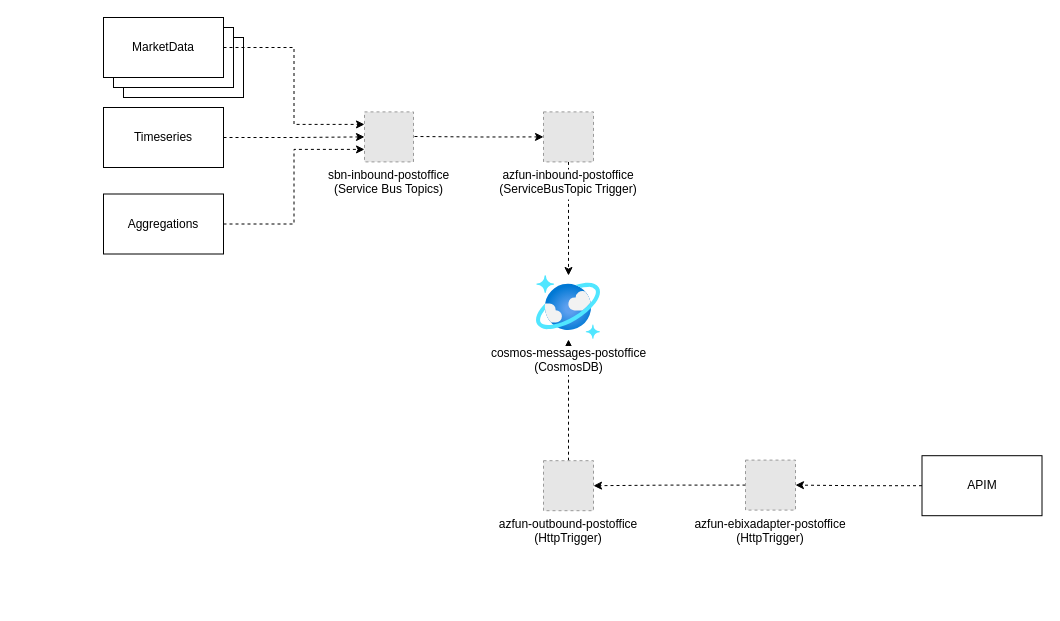
tpberntsen/geh-post-office keeps this draw.io diagram as ARCHITECTURE.drawio. Above is the earlier version. Source tidied: cells renumbered, new cells numbered last; positions are measured from the earlier drawing's top-left corner, leaving out a move shared by most shapes. Both pictures are drawn from the tidied source at 100%, with x=0, y=0 at pixel (103, 17). Pictures stored in the file or linked from it are replaced by grey dashed boxes.
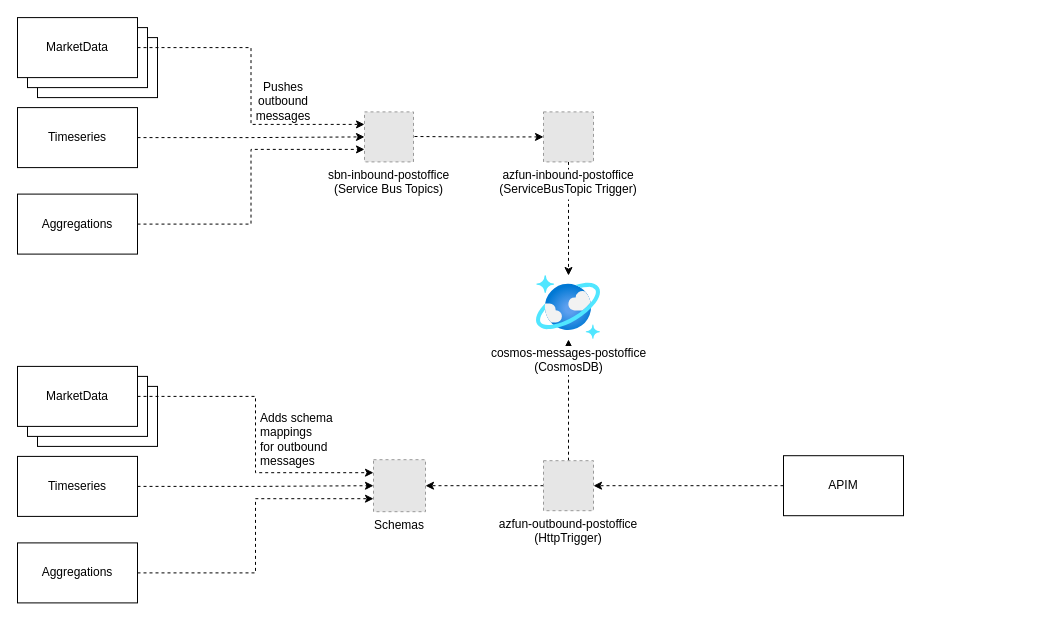
The same page after the edit.

Unchanged cells that the change refers to:
```xml
<mxCell id="16" value="azfun-outbound-postoffice&#10;(HttpTrigger)" style="fillColor=#E6E6E6;strokeColor=#999999;dashed=1;verticalLabelPosition=bottom;labelBackgroundColor=#ffffff;verticalAlign=top;" parent="1" vertex="1">
  <mxGeometry x="440" y="443.2" width="50" height="50" as="geometry" />
</mxCell>
```

Change to the diagram source:
```diff
@@
     <mxCell id="3" style="rounded=0;whiteSpace=wrap;html=1;fillColor=none;" parent="1" vertex="1">
-      <mxGeometry x="20" y="20" width="120" height="60" as="geometry" />
+      <mxGeometry x="-66" y="20.1" width="120" height="60" as="geometry" />
     </mxCell>
     <mxCell id="4" style="rounded=0;whiteSpace=wrap;html=1;" parent="1" vertex="1">
-      <mxGeometry x="10" y="10" width="120" height="60" as="geometry" />
+      <mxGeometry x="-76" y="10.1" width="120" height="60" as="geometry" />
     </mxCell>
@@
     <mxCell id="6" value="MarketData" style="rounded=0;whiteSpace=wrap;html=1;" parent="1" vertex="1">
-      <mxGeometry width="120" height="60" as="geometry" />
+      <mxGeometry x="-86" y="0.1" width="120" height="60" as="geometry" />
     </mxCell>
@@
     <mxCell id="8" value="Timeseries" style="rounded=0;whiteSpace=wrap;html=1;fillColor=none;" parent="1" vertex="1">
-      <mxGeometry y="90" width="120" height="60" as="geometry" />
+      <mxGeometry x="-86" y="90.1" width="120" height="60" as="geometry" />
     </mxCell>
-    <mxCell id="9" style="edgeStyle=orthogonalEdgeStyle;rounded=0;jettySize=auto;html=1;exitX=0;exitY=0.5;exitDx=0;exitDy=0;entryX=1;entryY=0.5;entryDx=0;entryDy=0;dashed=1;" parent="1" edge="1" source="10" target="18">
-      <mxGeometry relative="1" as="geometry" />
-    </mxCell>
     <mxCell id="10" value="APIM" style="rounded=0;whiteSpace=wrap;html=1;fillColor=none;" parent="1" vertex="1">
-      <mxGeometry x="818.5" y="438.2" width="120" height="60" as="geometry" />
+      <mxGeometry x="680" y="438.2" width="120" height="60" as="geometry" />
     </mxCell>
@@
+    <mxCell id="21" style="edgeStyle=orthogonalEdgeStyle;rounded=0;jettySize=auto;html=1;exitX=0;exitY=0.5;exitDx=0;exitDy=0;dashed=1;" parent="1" edge="1" source="16" target="22">
+      <mxGeometry relative="1" as="geometry" />
+    </mxCell>
@@
-    <mxCell id="17" style="edgeStyle=orthogonalEdgeStyle;rounded=0;jettySize=auto;html=1;exitX=0;exitY=0.5;exitDx=0;exitDy=0;entryX=1;entryY=0.5;entryDx=0;entryDy=0;dashed=1;" parent="1" edge="1" source="18" target="16">
+    <mxCell id="17" style="edgeStyle=orthogonalEdgeStyle;rounded=0;jettySize=auto;html=1;exitX=0;exitY=0.5;exitDx=0;exitDy=0;entryX=1;entryY=0.5;entryDx=0;entryDy=0;dashed=1;" parent="1" edge="1" source="10" target="16">
       <mxGeometry relative="1" as="geometry" />
     </mxCell>
-    <mxCell id="18" value="azfun-ebixadapter-postoffice&#10;(HttpTrigger)" style="fillColor=#E6E6E6;strokeColor=#999999;dashed=1;verticalLabelPosition=bottom;labelBackgroundColor=#ffffff;verticalAlign=top;" parent="1" vertex="1">
-      <mxGeometry x="642" y="442.6" width="50" height="50" as="geometry" />
-    </mxCell>
@@
     <mxCell id="20" value="Aggregations" style="rounded=0;whiteSpace=wrap;html=1;fillColor=none;" parent="1" vertex="1">
-      <mxGeometry y="176.5" width="120" height="60" as="geometry" />
+      <mxGeometry x="-86" y="176.6" width="120" height="60" as="geometry" />
     </mxCell>
+    <mxCell id="22" value="Schemas" style="fillColor=#E6E6E6;strokeColor=#999999;dashed=1;verticalLabelPosition=bottom;labelBackgroundColor=#ffffff;verticalAlign=top;" parent="1" vertex="1">
+      <mxGeometry x="270" y="442.2" width="52" height="52" as="geometry" />
+    </mxCell>
+    <mxCell id="23" style="rounded=0;whiteSpace=wrap;html=1;fillColor=none;" parent="1" vertex="1">
+      <mxGeometry x="-66" y="368.9" width="120" height="60" as="geometry" />
+    </mxCell>
+    <mxCell id="24" style="rounded=0;whiteSpace=wrap;html=1;" parent="1" vertex="1">
+      <mxGeometry x="-76" y="358.9" width="120" height="60" as="geometry" />
+    </mxCell>
+    <mxCell id="25" style="edgeStyle=orthogonalEdgeStyle;rounded=0;jettySize=auto;html=1;exitX=1;exitY=0.5;exitDx=0;exitDy=0;entryX=0;entryY=0.25;entryDx=0;entryDy=0;dashed=1;" parent="1" edge="1" source="26" target="22">
+      <mxGeometry relative="1" as="geometry" />
+    </mxCell>
+    <mxCell id="26" value="MarketData" style="rounded=0;whiteSpace=wrap;html=1;" parent="1" vertex="1">
+      <mxGeometry x="-86" y="348.9" width="120" height="60" as="geometry" />
+    </mxCell>
+    <mxCell id="27" style="edgeStyle=orthogonalEdgeStyle;rounded=0;jettySize=auto;html=1;exitX=1;exitY=0.5;exitDx=0;exitDy=0;entryX=0;entryY=0.5;entryDx=0;entryDy=0;dashed=1;" parent="1" edge="1" source="28" target="22">
+      <mxGeometry relative="1" as="geometry" />
+    </mxCell>
+    <mxCell id="28" value="Timeseries" style="rounded=0;whiteSpace=wrap;html=1;fillColor=none;" parent="1" vertex="1">
+      <mxGeometry x="-86" y="438.9" width="120" height="60" as="geometry" />
+    </mxCell>
+    <mxCell id="29" style="edgeStyle=orthogonalEdgeStyle;rounded=0;jettySize=auto;html=1;exitX=1;exitY=0.5;exitDx=0;exitDy=0;entryX=0;entryY=0.75;entryDx=0;entryDy=0;dashed=1;" parent="1" edge="1" source="30" target="22">
+      <mxGeometry relative="1" as="geometry" />
+    </mxCell>
+    <mxCell id="30" value="Aggregations" style="rounded=0;whiteSpace=wrap;html=1;fillColor=none;" parent="1" vertex="1">
+      <mxGeometry x="-86" y="525.4" width="120" height="60" as="geometry" />
+    </mxCell>
+    <mxCell id="31" value="Pushes outbound messages" style="text;html=1;strokeColor=none;fillColor=none;align=center;verticalAlign=middle;whiteSpace=wrap;rounded=0;" parent="1" vertex="1">
+      <mxGeometry x="160" y="74.4" width="40" height="20" as="geometry" />
+    </mxCell>
+    <mxCell id="32" value="Adds schema&lt;br&gt;mappings&lt;br&gt;for outbound &lt;br&gt;messages" style="text;html=1;strokeColor=none;fillColor=none;align=left;verticalAlign=middle;whiteSpace=wrap;rounded=0;" parent="1" vertex="1">
+      <mxGeometry x="155" y="383" width="140" height="78.9" as="geometry" />
+    </mxCell>
```
